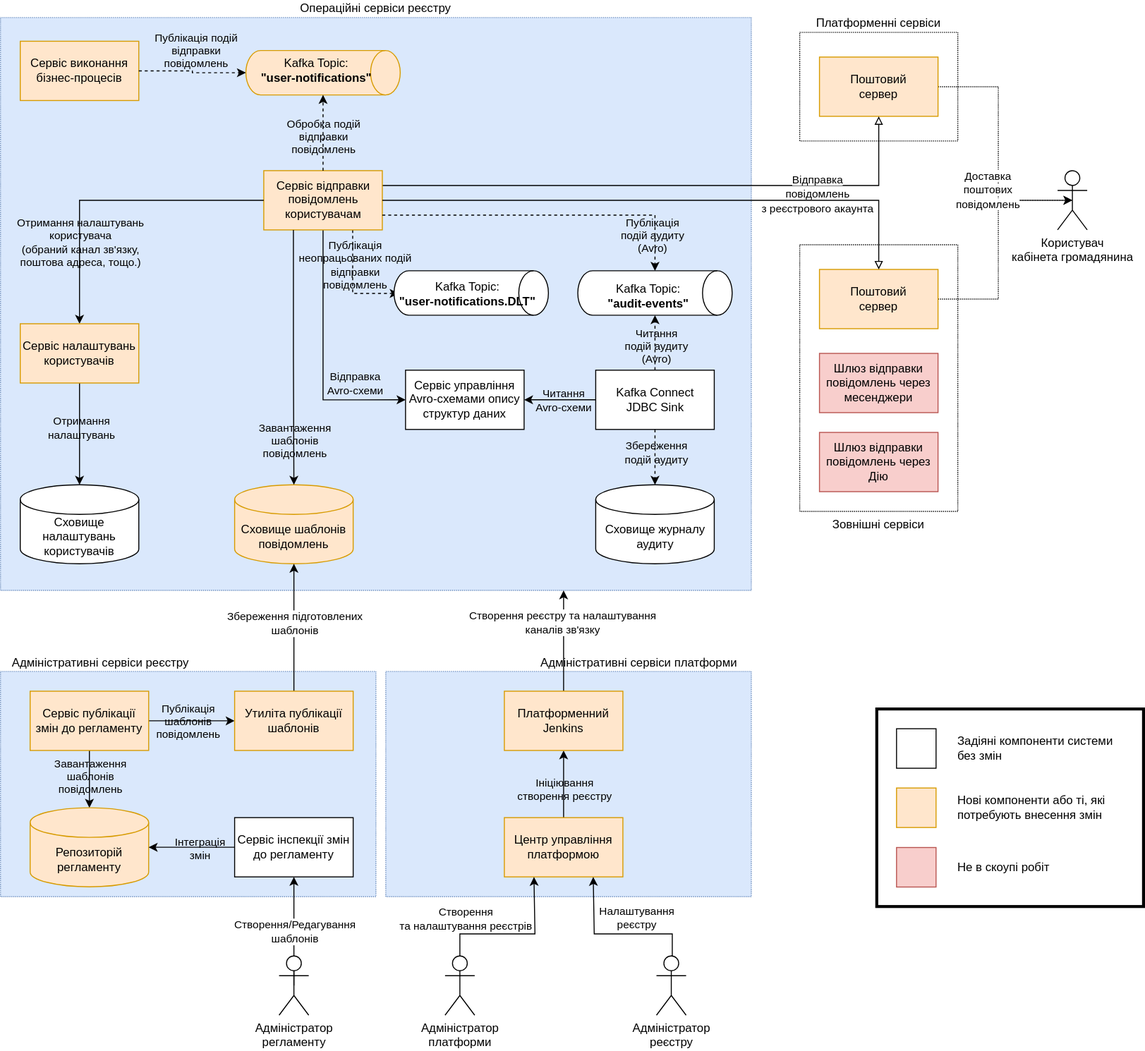
The draw.io diagram modules/tech/images/lowcode/notifications/notifications-design.svg in epam/edp-ddm-architecture, before a commit. Source tidied: cells renumbered, new cells last; positions are measured from the earlier drawing's top-left corner, leaving out a move shared by most shapes.
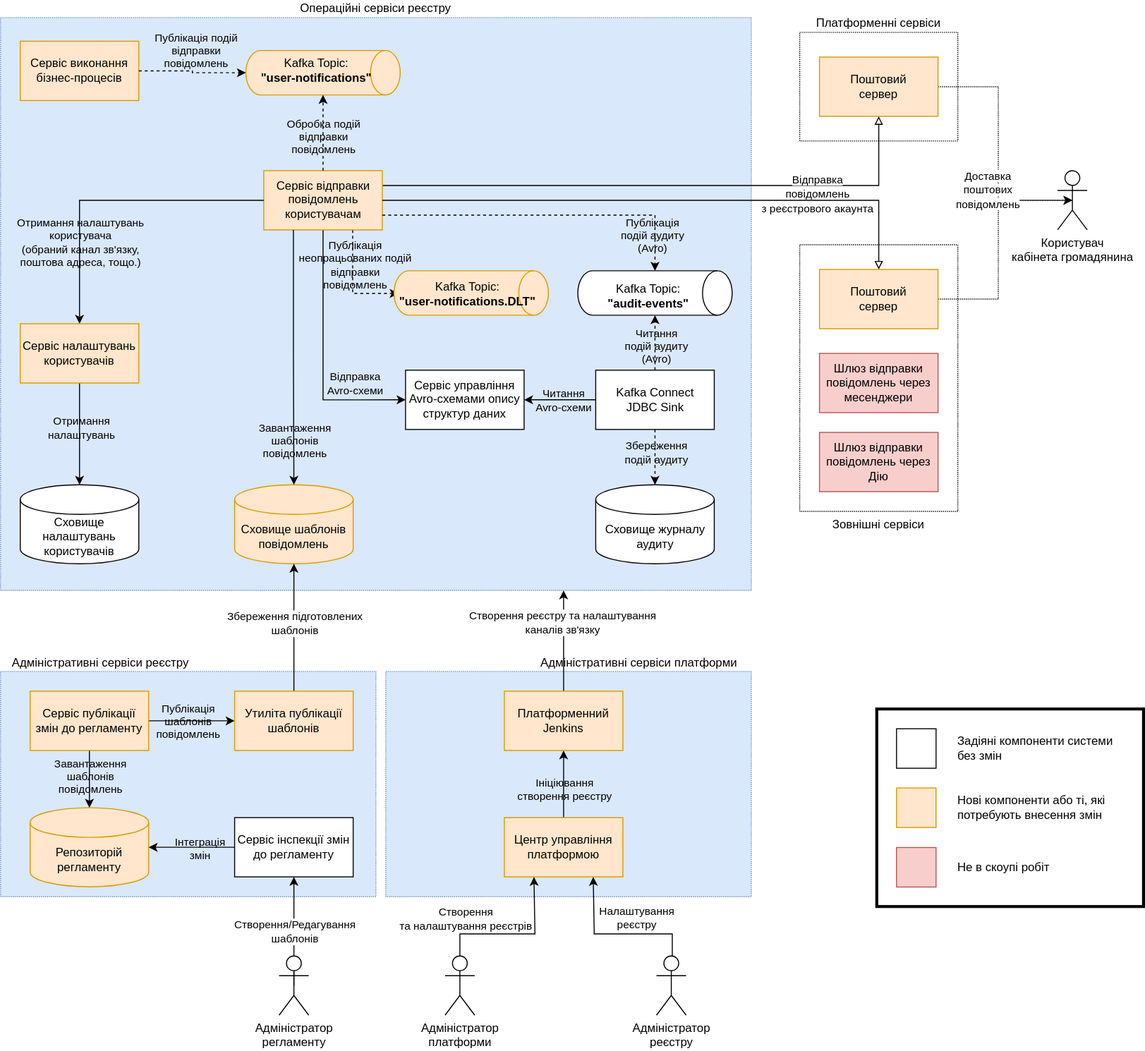
Above is the later version.

Commit message:
[MDTUDDM-12263] User notifications tech design

What changed in the source:
```diff
@@ -322,7 +322,7 @@
     <mxCell id="87" value="Адміністратор &lt;br&gt;реєстру" style="shape=umlActor;verticalLabelPosition=bottom;verticalAlign=top;html=1;outlineConnect=0;" parent="1" vertex="1">
       <mxGeometry x="664" y="972.2" width="30" height="60" as="geometry" />
     </mxCell>
-    <mxCell id="88" style="shape=cylinder3;whiteSpace=wrap;html=1;boundedLbl=1;backgroundOutline=1;size=15;rotation=90;" parent="1" vertex="1">
+    <mxCell id="88" style="shape=cylinder3;whiteSpace=wrap;html=1;boundedLbl=1;backgroundOutline=1;size=15;rotation=90;fillColor=#ffe6cc;strokeColor=#d79b00;" parent="1" vertex="1">
       <mxGeometry x="454" y="223" width="45" height="156.2" as="geometry" />
     </mxCell>
     <mxCell id="89" value="Kafka Topic: &lt;br&gt;&lt;b&gt;&quot;user-notifications.DLT&quot;&lt;/b&gt;" style="text;html=1;align=center;verticalAlign=middle;whiteSpace=wrap;rounded=0;" parent="1" vertex="1">
```
